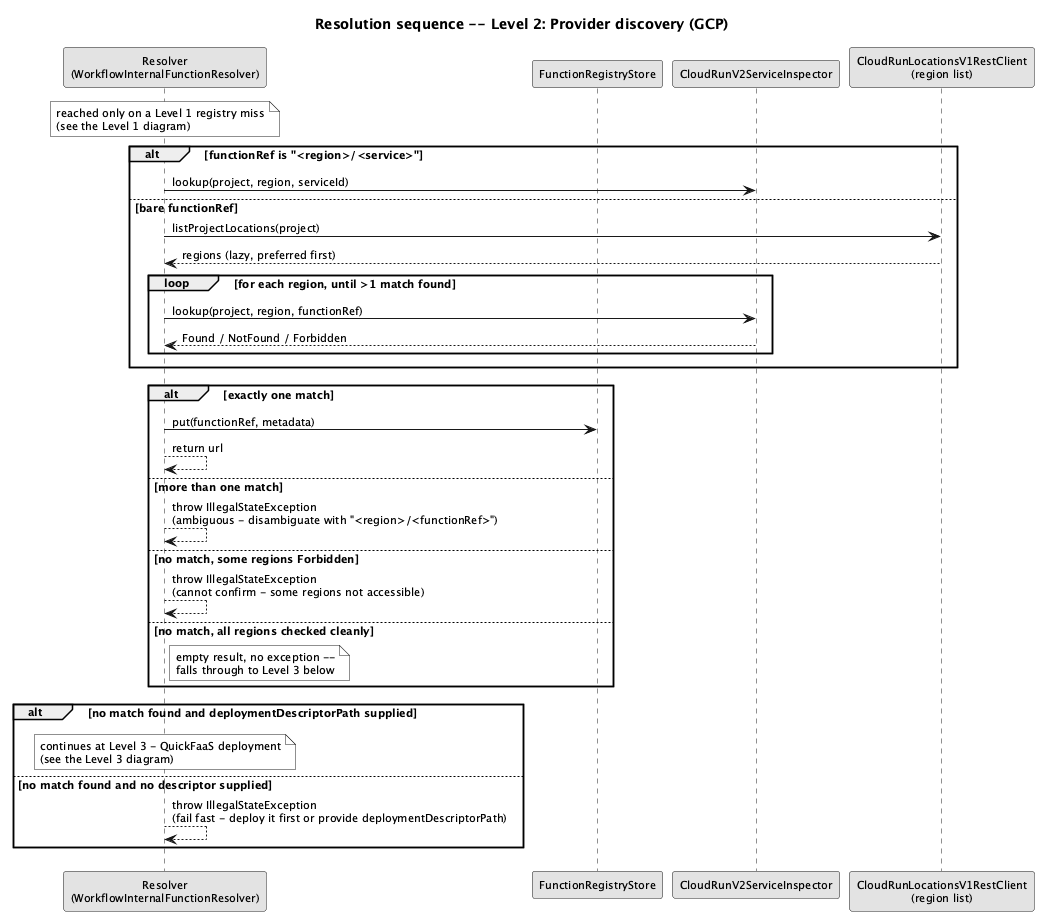
Earlier version of the PlantUML export dissertation/images/implementation/resolution-cascade-level2-gcp.png (EngenheiroPedroCarvalho/ISEL-Thesis-2526).
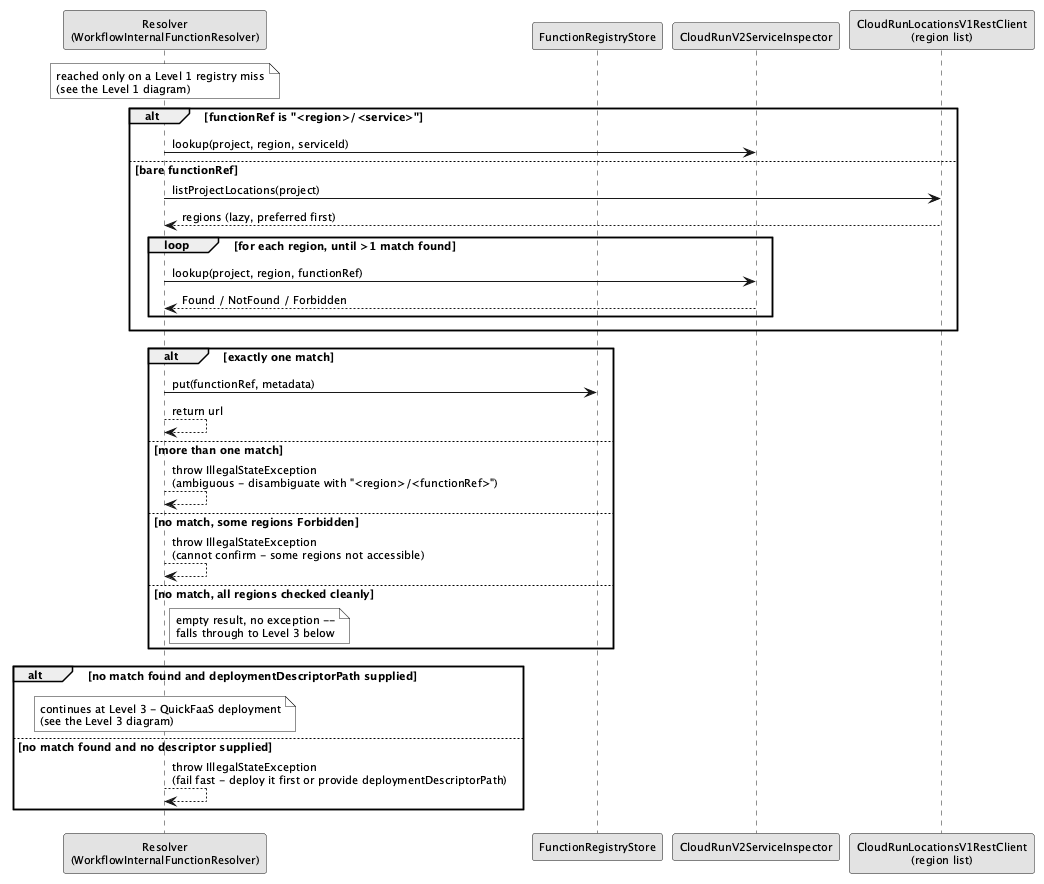
Above is the later version.

Change to the diagram source:
```diff
@@ -2,8 +2,6 @@
 skinparam monochrome true
 skinparam shadowing false
 skinparam defaultFontSize 11
-title Resolution sequence -- Level 2: Provider discovery (GCP)
-
 participant "Resolver\n(WorkflowInternalFunctionResolver)" as R
 participant "FunctionRegistryStore" as REG
 participant "CloudRunV2ServiceInspector" as GI
```
